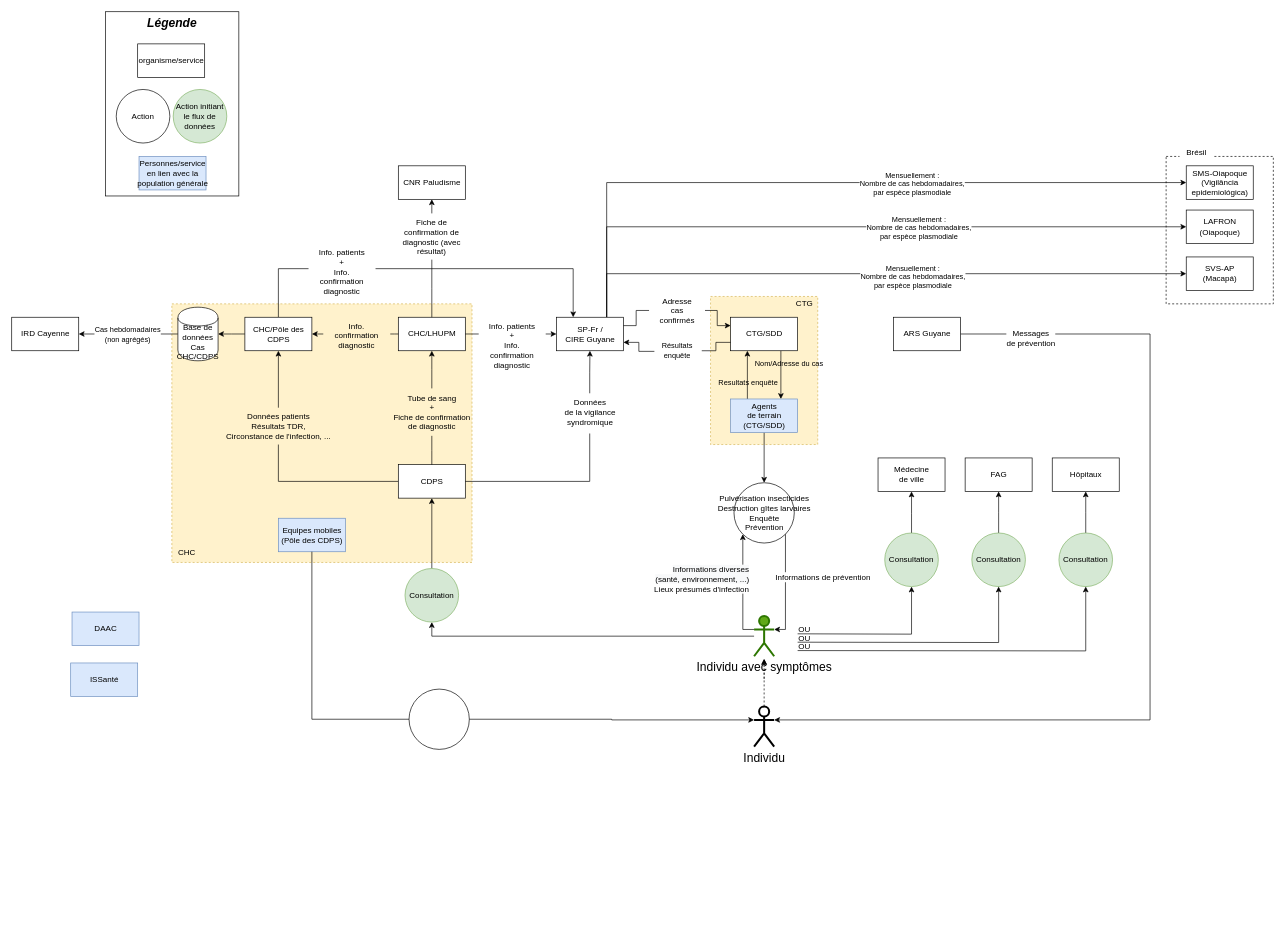
EmmanuelRouxIRD/VigiFront-Saude keeps this draw.io diagram as Paludisme_FR-GF.drawio. Above is the earlier version. Source tidied: cells renumbered, new cells numbered last; positions are measured from the earlier drawing's top-left corner, leaving out a move shared by most shapes. Both pictures are drawn from the tidied source at 67%, with x=0, y=0 at pixel (11, 11).
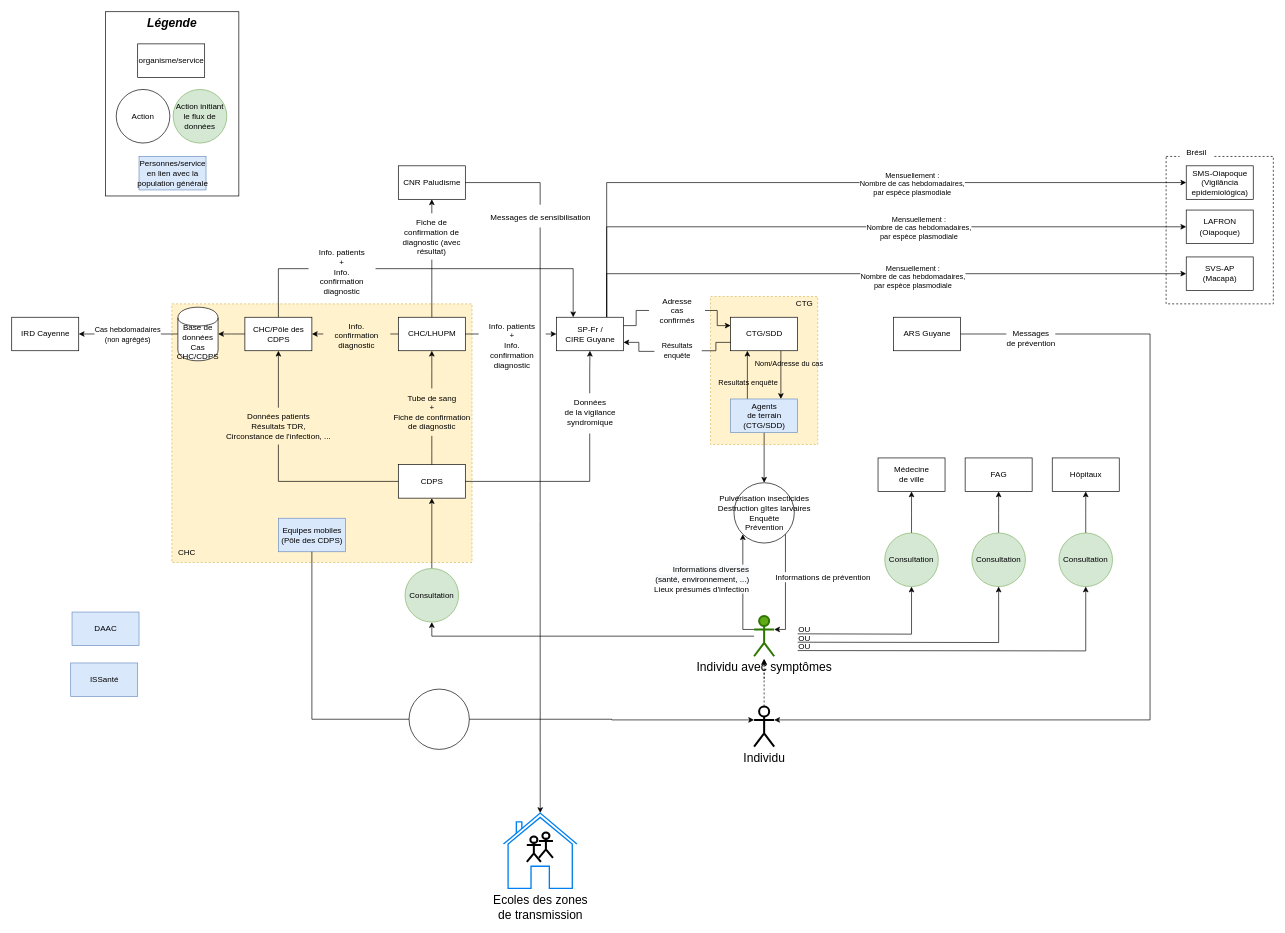
The same page after the edit.

Commit message:
Mettre à jour Paludisme_FR-GF.drawio

The change refers to these unchanged cells:
```xml
<mxCell id="22" value="CNR Paludisme" style="html=1;dashed=0;whitespace=wrap;" parent="1" vertex="1">
  <mxGeometry x="577" y="230" width="100" height="50" as="geometry" />
</mxCell>
```

Change to the diagram source:
```diff
@@
+    <mxCell id="104" style="edgeStyle=orthogonalEdgeStyle;rounded=0;jettySize=auto;html=1;fontSize=18;startArrow=none;" parent="1" edge="1" source="110" target="106">
+      <mxGeometry relative="1" as="geometry" />
+    </mxCell>
@@
+    <mxCell id="105" style="group;" parent="1" vertex="1">
+      <mxGeometry x="734" y="1196" width="109.5" height="112.5" as="geometry" />
+    </mxCell>
+    <mxCell id="106" value="&lt;font style=&quot;font-size: 18px;&quot;&gt;Ecoles des zones&lt;br&gt;de transmission&lt;br&gt;&lt;/font&gt;" style="html=1;verticalLabelPosition=bottom;align=center;labelBackgroundColor=#ffffff;verticalAlign=top;strokeWidth=2;strokeColor=#0080F0;shadow=0;dashed=0;shape=mxgraph.ios7.icons.home;" parent="105" vertex="1">
+      <mxGeometry width="109.5" height="112.5" as="geometry" />
+    </mxCell>
+    <mxCell id="107" style="shape=umlActor;verticalLabelPosition=bottom;verticalAlign=top;html=1;labelBackgroundColor=none;fontSize=18;strokeWidth=3;" parent="105" vertex="1">
+      <mxGeometry x="34.8" y="35" width="21" height="38" as="geometry" />
+    </mxCell>
+    <mxCell id="108" style="shape=umlActor;verticalLabelPosition=bottom;verticalAlign=top;html=1;labelBackgroundColor=none;fontSize=18;strokeWidth=3;" parent="105" vertex="1">
+      <mxGeometry x="52.8" y="29" width="21" height="38" as="geometry" />
+    </mxCell>
+    <mxCell id="109" style="edgeStyle=orthogonalEdgeStyle;rounded=0;jettySize=auto;html=1;fontSize=18;endArrow=none;" parent="1" edge="1" source="22" target="110">
+      <mxGeometry relative="1" as="geometry" />
+    </mxCell>
+    <mxCell id="110" value="&lt;font style=&quot;font-size: 12px;&quot;&gt;Messages de sensibilisation&lt;/font&gt;" style="text;html=1;align=center;verticalAlign=middle;points=[];strokeColor=none;fillColor=none;fontSize=18;" parent="1" vertex="1">
+      <mxGeometry x="705.2" y="288" width="167" height="34" as="geometry" />
+    </mxCell>
```
